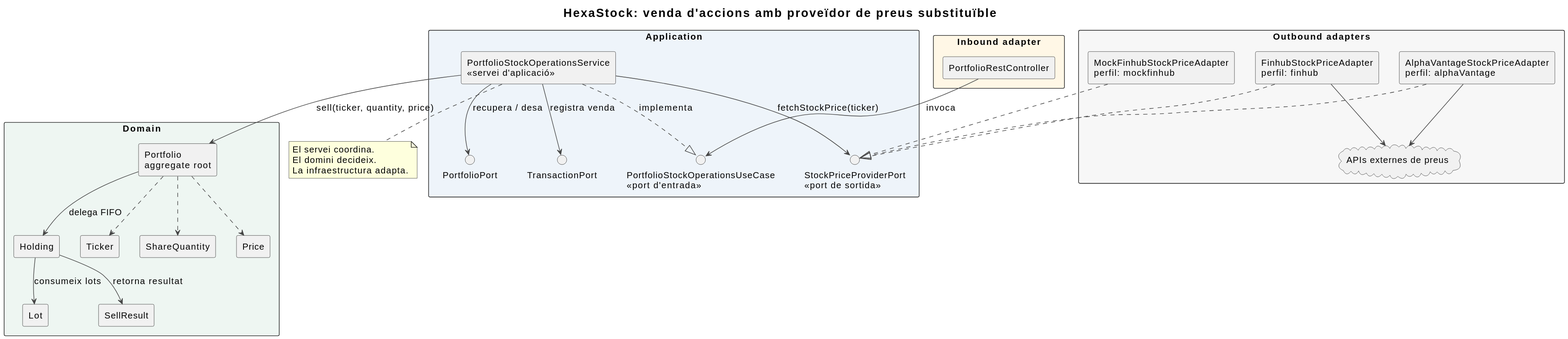
The PlantUML diagram doc/presentations/defensa-placa-permanent-dsi-ports-sortida-hexagonal/diagrams/rendered/hexastock-sell-stock.svg in alfredorueda/HexaStock, before a commit. Source of this version:
```plantuml
@startuml
title HexaStock: venda d'accions amb proveïdor de preus substituïble

skinparam backgroundColor #FFFFFF
skinparam shadowing false
skinparam defaultFontName Arial
skinparam defaultFontSize 15
skinparam titleFontSize 20
skinparam componentStyle rectangle
skinparam packageStyle rectangle
skinparam ArrowColor #444444

package "Inbound adapter" as IN #FFF7E6 {
  component "PortfolioRestController" as REST
}

package "Application" as APP #EEF4FA {
  interface "PortfolioStockOperationsUseCase\n<<port d'entrada>>" as INPORT
  component "PortfolioStockOperationsService\n<<servei d'aplicació>>" as SERVICE
  interface "StockPriceProviderPort\n<<port de sortida>>" as PRICEPORT
  interface "PortfolioPort" as PORTFOLIOPORT
  interface "TransactionPort" as TXPORT
}

package "Domain" as DOM #EEF6F2 {
  component "Portfolio\naggregate root" as PORTFOLIO
  component "Holding" as HOLDING
  component "Lot" as LOT
  component "SellResult" as SELLRESULT
  component "Ticker" as TICKER
  component "ShareQuantity" as QTY
  component "Price" as PRICE
}

package "Outbound adapters" as OUT #F7F7F7 {
  component "FinhubStockPriceAdapter\nperfil: finhub" as FINHUB
  component "AlphaVantageStockPriceAdapter\nperfil: alphaVantage" as ALPHA
  component "MockFinhubStockPriceAdapter\nperfil: mockfinhub" as MOCK
  cloud "APIs externes de preus" as API
}

REST --> INPORT : invoca
SERVICE ..|> INPORT : implementa
SERVICE --> PRICEPORT : fetchStockPrice(ticker)
SERVICE --> PORTFOLIOPORT : recupera / desa
SERVICE --> TXPORT : registra venda
SERVICE --> PORTFOLIO : sell(ticker, quantity, price)

PORTFOLIO --> HOLDING : delega FIFO
HOLDING --> LOT : consumeix lots
HOLDING --> SELLRESULT : retorna resultat
PORTFOLIO ..> TICKER
PORTFOLIO ..> QTY
PORTFOLIO ..> PRICE

FINHUB ..|> PRICEPORT
ALPHA ..|> PRICEPORT
MOCK ..|> PRICEPORT
FINHUB --> API
ALPHA --> API

note bottom of SERVICE
  El servei coordina.
  El domini decideix.
  La infraestructura adapta.
end note
@enduml
```
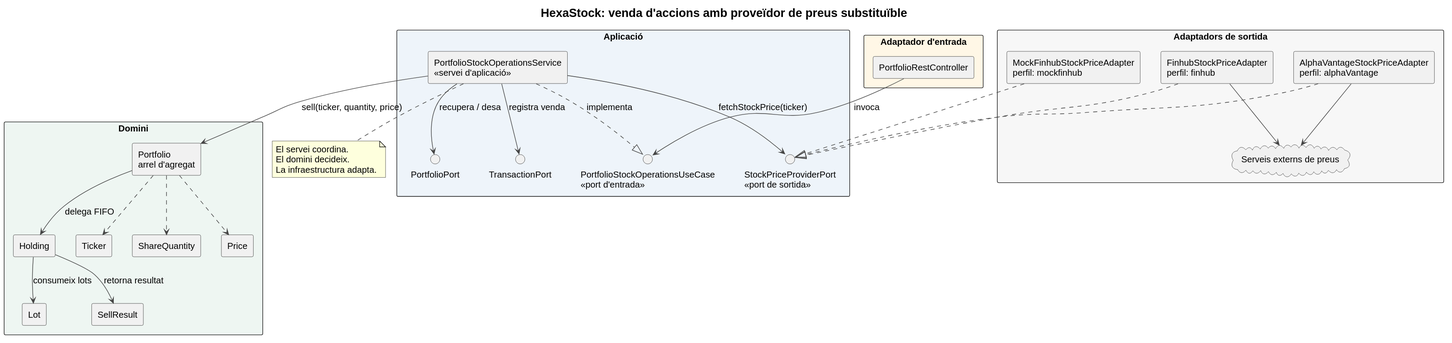
The same file after the commit.

Change to the diagram source:
```diff
@@ -10,11 +10,11 @@
 skinparam packageStyle rectangle
 skinparam ArrowColor #444444
 
-package "Inbound adapter" as IN #FFF7E6 {
+package "Adaptador d'entrada" as IN #FFF7E6 {
   component "PortfolioRestController" as REST
 }
 
-package "Application" as APP #EEF4FA {
+package "Aplicació" as APP #EEF4FA {
   interface "PortfolioStockOperationsUseCase\n<<port d'entrada>>" as INPORT
   component "PortfolioStockOperationsService\n<<servei d'aplicació>>" as SERVICE
   interface "StockPriceProviderPort\n<<port de sortida>>" as PRICEPORT
@@ -22,8 +22,8 @@
   interface "TransactionPort" as TXPORT
 }
 
-package "Domain" as DOM #EEF6F2 {
-  component "Portfolio\naggregate root" as PORTFOLIO
+package "Domini" as DOM #EEF6F2 {
+  component "Portfolio\narrel d'agregat" as PORTFOLIO
   component "Holding" as HOLDING
   component "Lot" as LOT
   component "SellResult" as SELLRESULT
@@ -32,11 +32,11 @@
   component "Price" as PRICE
 }
 
-package "Outbound adapters" as OUT #F7F7F7 {
+package "Adaptadors de sortida" as OUT #F7F7F7 {
   component "FinhubStockPriceAdapter\nperfil: finhub" as FINHUB
   component "AlphaVantageStockPriceAdapter\nperfil: alphaVantage" as ALPHA
   component "MockFinhubStockPriceAdapter\nperfil: mockfinhub" as MOCK
-  cloud "APIs externes de preus" as API
+  cloud "Serveis externs de preus" as API
 }
 
 REST --> INPORT : invoca
```
